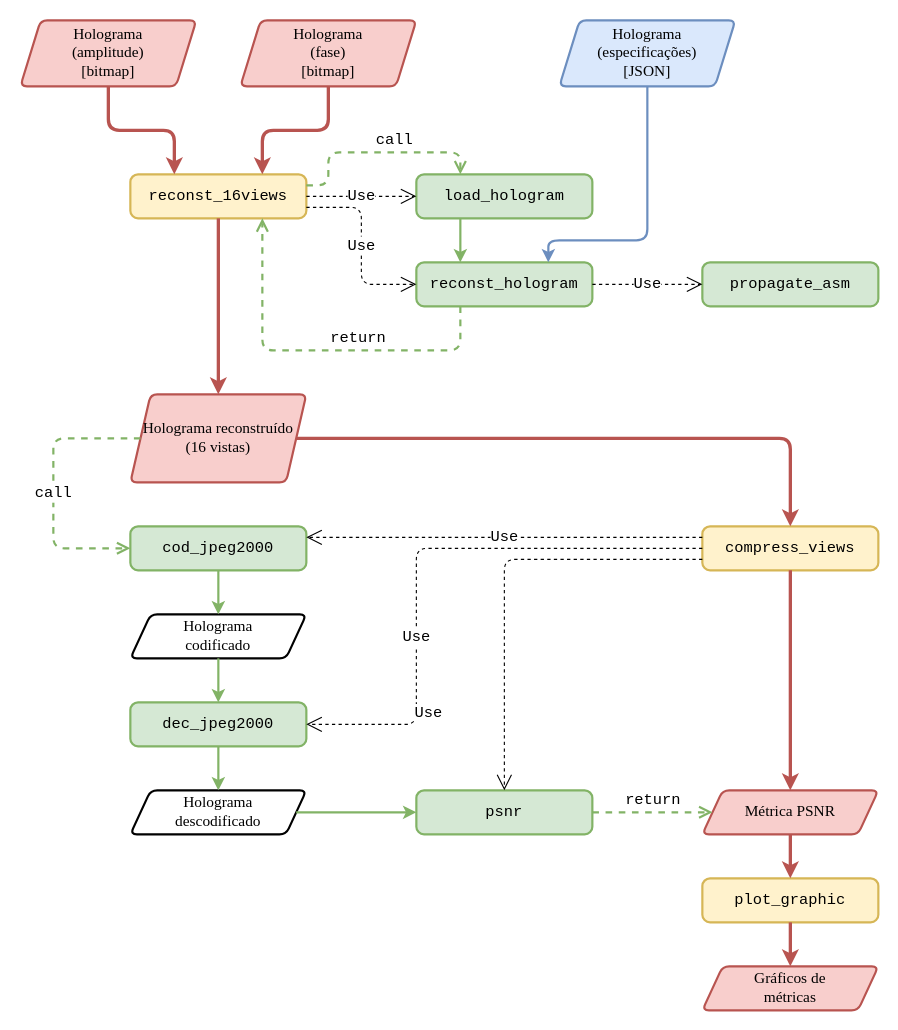
rsbguerra/Relatorio keeps this draw.io diagram as page "Page-3" (3 of 4) of img/esquemas.drawio. Above is the earlier version. Source tidied: cells renumbered, new cells numbered last; positions are measured from the earlier drawing's top-left corner, leaving out a move shared by most shapes. Both pictures are drawn from the tidied source at 110%, with x=0, y=0 at pixel (20, 20).
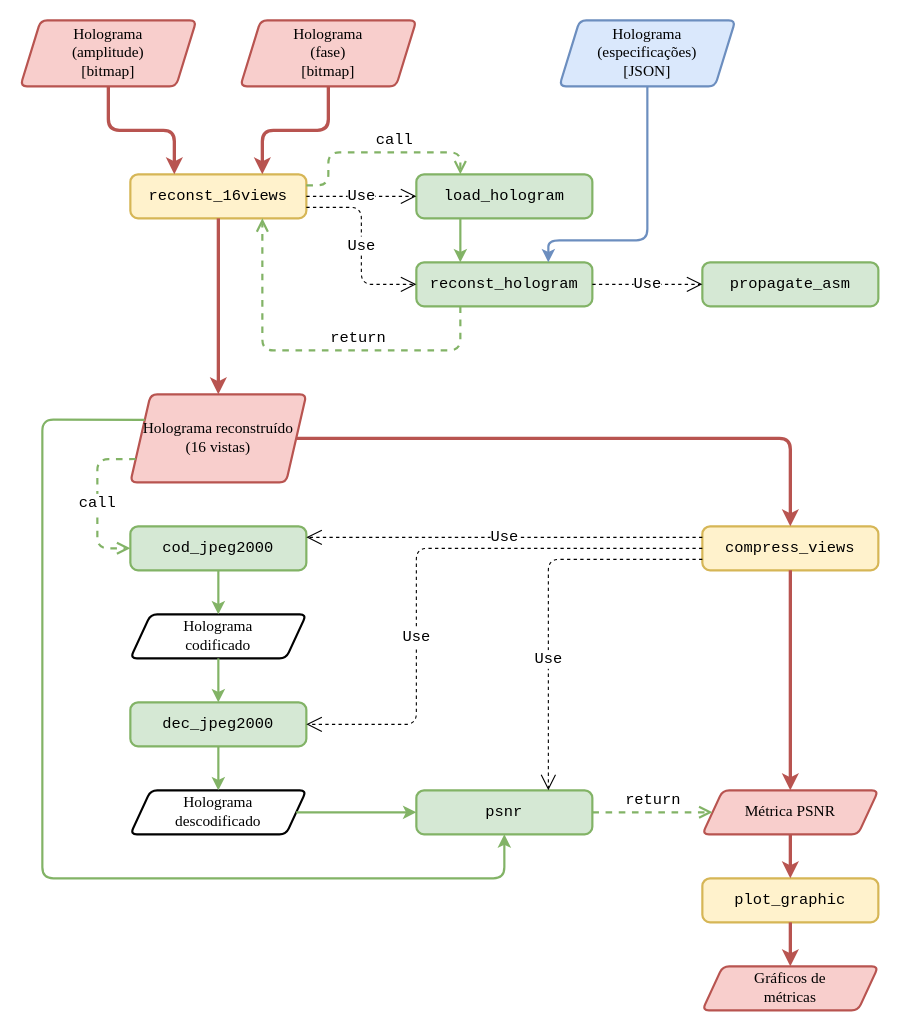
After the change.

Unchanged cells that the change refers to:
```xml
<mxCell id="14" value="&lt;div&gt;Holograma reconstruído&lt;/div&gt;&lt;div&gt;(16 vistas)&lt;/div&gt;" style="shape=parallelogram;html=1;strokeWidth=2;perimeter=parallelogramPerimeter;whiteSpace=wrap;rounded=1;arcSize=12;size=0.11538461538461539;fontFamily=Garamond;fontSize=14;fillColor=#f8cecc;strokeColor=#b85450;" parent="1" vertex="1">
  <mxGeometry x="100" y="340" width="160" height="80" as="geometry" />
</mxCell>
<mxCell id="16" value="cod_jpeg2000" style="rounded=1;whiteSpace=wrap;html=1;absoluteArcSize=1;arcSize=14;strokeWidth=2;fontFamily=Courier New;fontSize=14;fillColor=#d5e8d4;strokeColor=#82b366;" parent="1" vertex="1">
  <mxGeometry x="100" y="460" width="160" height="40" as="geometry" />
</mxCell>
<mxCell id="20" value="psnr" style="rounded=1;whiteSpace=wrap;html=1;absoluteArcSize=1;arcSize=14;strokeWidth=2;fontFamily=Courier New;fontSize=14;fillColor=#d5e8d4;strokeColor=#82b366;" parent="1" vertex="1">
  <mxGeometry x="360" y="700" width="160" height="40" as="geometry" />
</mxCell>
<mxCell id="31" value="compress_views" style="rounded=1;whiteSpace=wrap;html=1;absoluteArcSize=1;arcSize=14;strokeWidth=2;fontFamily=Courier New;fontSize=14;fillColor=#fff2cc;strokeColor=#d6b656;" parent="1" vertex="1">
  <mxGeometry x="620" y="460" width="160" height="40" as="geometry" />
</mxCell>
```

The edit, as a diff of the source:
```diff
@@
-    <mxCell id="36" value="Use" style="endArrow=open;endSize=12;dashed=1;html=1;fontFamily=Courier New;fontSize=14;exitX=0;exitY=0.75;exitDx=0;exitDy=0;entryX=0.5;entryY=0;entryDx=0;entryDy=0;" parent="1" edge="1" source="31" target="20">
+    <mxCell id="36" value="Use" style="endArrow=open;endSize=12;dashed=1;html=1;fontFamily=Courier New;fontSize=14;exitX=0;exitY=0.75;exitDx=0;exitDy=0;entryX=0.75;entryY=0;entryDx=0;entryDy=0;" parent="1" edge="1" source="31" target="20">
       <mxGeometry x="-0.08" y="70" relative="1" as="geometry">
         <Array as="points">
-          <mxPoint x="440" y="490" />
+          <mxPoint x="480" y="490" />
         </Array>
         <mxPoint x="-70" y="70" as="offset" />
       </mxGeometry>
     </mxCell>
@@
-    <mxCell id="38" value="call" style="html=1;verticalAlign=bottom;endArrow=open;dashed=1;endSize=8;fontFamily=Courier New;fontSize=14;exitX=0;exitY=0.5;exitDx=0;exitDy=0;entryX=0;entryY=0.5;entryDx=0;entryDy=0;fillColor=#d5e8d4;strokeColor=#82b366;strokeWidth=2;" parent="1" edge="1" source="14" target="16">
-      <mxGeometry x="0.12" relative="1" as="geometry">
+    <mxCell id="38" value="call" style="html=1;verticalAlign=bottom;endArrow=open;dashed=1;endSize=8;fontFamily=Courier New;fontSize=14;exitX=0;exitY=0.75;exitDx=0;exitDy=0;entryX=0;entryY=0.5;entryDx=0;entryDy=0;fillColor=#d5e8d4;strokeColor=#82b366;strokeWidth=2;" parent="1" edge="1" source="14" target="16">
+      <mxGeometry x="0.18" relative="1" as="geometry">
         <Array as="points">
-          <mxPoint x="30" y="380" />
-          <mxPoint x="30" y="480" />
+          <mxPoint x="70" y="399" />
+          <mxPoint x="70" y="480" />
         </Array>
       </mxGeometry>
     </mxCell>
@@
+    <mxCell id="42" style="endArrow=classic;html=1;exitX=0;exitY=0.25;exitDx=0;exitDy=0;entryX=0.5;entryY=1;entryDx=0;entryDy=0;strokeWidth=2;fillColor=#d5e8d4;strokeColor=#82b366;" parent="1" edge="1" source="14" target="20">
+      <mxGeometry relative="1" as="geometry">
+        <Array as="points">
+          <mxPoint x="20" y="363" />
+          <mxPoint x="20" y="780" />
+          <mxPoint x="440" y="780" />
+        </Array>
+      </mxGeometry>
+    </mxCell>
```
